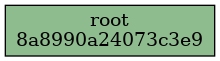
juicebox-systems/juicebox-hsm-realm keeps this Graphviz diagram as docs/merkle_tree/mutation/empty_tree.dot.png. Above is the earlier version. Its source is kept beside it as docs/merkle_tree/mutation/empty_tree.dot.
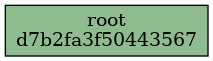
After the change.

What changed in the source:
```diff
@@ -4,7 +4,7 @@
 Subgraph depth_0 {
 rank=same
 
-h8a8990a24073c3e9 [fillcolor=darkseagreen label="root\n8a8990a24073c3e9" ordering=out shape=box style=filled ];
+hd7b2fa3f50443567 [fillcolor=darkseagreen label="root\nd7b2fa3f50443567" ordering=out shape=box style=filled ];
 }
 
 }
```
